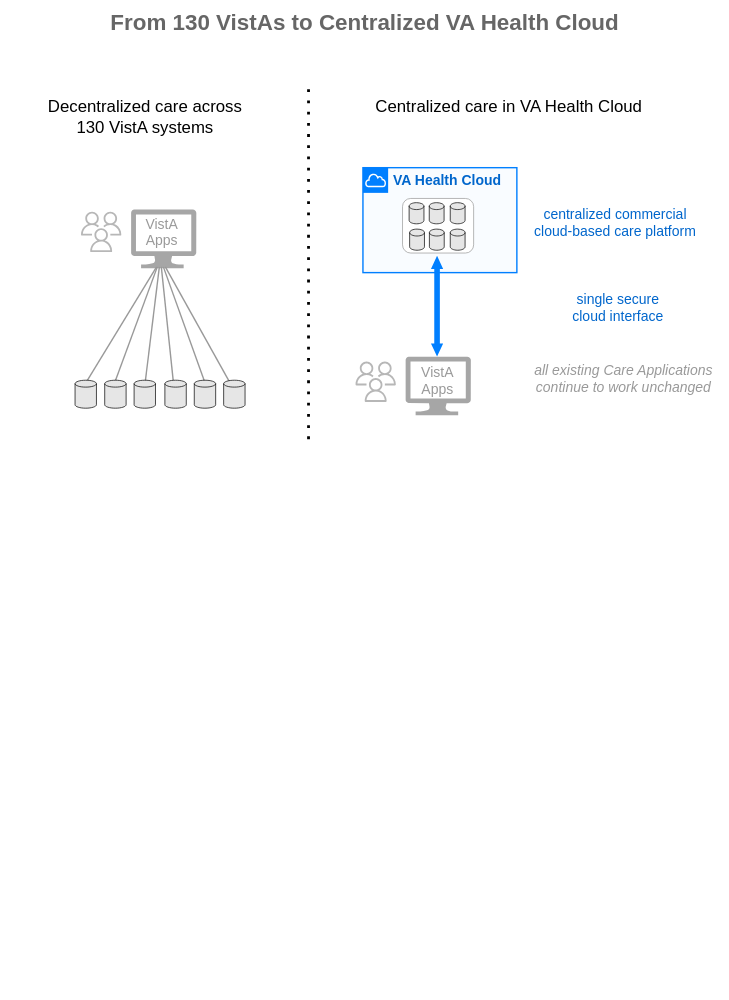
Before: img/vista-to-vaec-3.svg, a diagram exported from draw.io (cloudvista/vaa). Source tidied: cells renumbered, new cells last; positions are measured from the earlier drawing's top-left corner, leaving out a move shared by most shapes.
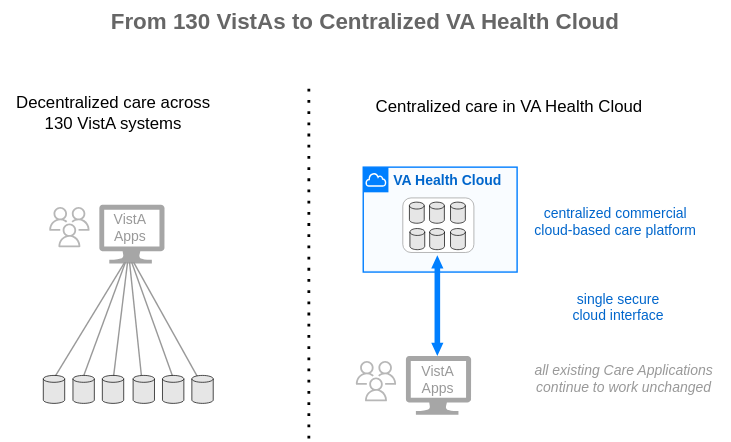
After the commit.

What changed in the source:
```diff
@@ -2,9 +2,6 @@
   <root>
     <mxCell id="0" />
     <mxCell id="1" parent="0" />
-    <mxCell id="2" style="rounded=0;whiteSpace=wrap;html=1;fontSize=10;strokeColor=none;strokeWidth=0.25;" parent="1" vertex="1">
-      <mxGeometry y="373" width="520" height="340" as="geometry" />
-    </mxCell>
     <mxCell id="3" style="endArrow=none;dashed=1;html=1;dashPattern=1 3;strokeWidth=2;" parent="1" edge="1">
       <mxGeometry relative="1" as="geometry">
         <mxPoint x="220" y="313" as="sourcePoint" />
@@ -27,7 +24,7 @@
       <mxGeometry x="287" y="251" width="50" height="40" as="geometry" />
     </mxCell>
     <mxCell id="9" value="Decentralized care across &lt;br&gt;130 VistA systems&lt;br&gt;" style="text;html=1;align=center;verticalAlign=middle;strokeColor=none;fillColor=none;" parent="1" vertex="1">
-      <mxGeometry x="23" y="63" width="160" height="40" as="geometry" />
+      <mxGeometry y="60" width="160" height="40" as="geometry" />
     </mxCell>
     <mxCell id="10" style="rounded=0;whiteSpace=wrap;html=1;strokeColor=#007FFF;strokeWidth=1;fontSize=10;fontColor=#999999;fillColor=none;gradientColor=none;" parent="1" vertex="1">
       <mxGeometry x="258.9" y="119" width="110" height="75" as="geometry" />
@@ -84,16 +81,16 @@
       <mxGeometry x="368.9" y="138" width="140" height="40" as="geometry" />
     </mxCell>
     <mxCell id="27" style="sketch=0;shadow=0;dashed=0;html=1;strokeColor=none;labelPosition=center;verticalLabelPosition=bottom;verticalAlign=top;align=center;fillColor=#808080;shape=mxgraph.azure.computer;strokeWidth=2;opacity=70;" parent="1" vertex="1">
-      <mxGeometry x="93.1" y="148.9" width="46.7" height="42" as="geometry" />
+      <mxGeometry x="70.2" y="145.9" width="46.7" height="42" as="geometry" />
     </mxCell>
     <mxCell id="28" style="sketch=0;fontColor=#232F3E;gradientColor=none;strokeColor=#999999;fillColor=#ffffff;dashed=0;verticalLabelPosition=bottom;verticalAlign=top;align=center;html=1;fontSize=12;fontStyle=0;shape=mxgraph.aws4.resourceIcon;resIcon=mxgraph.aws4.users;strokeWidth=2;opacity=70;" parent="1" vertex="1">
-      <mxGeometry x="53.8" y="146.9" width="36" height="36" as="geometry" />
+      <mxGeometry x="30.8" y="143.9" width="36" height="36" as="geometry" />
     </mxCell>
     <mxCell id="29" value="&lt;font color=&quot;#999999&quot;&gt;VistA&lt;br&gt;Apps&lt;/font&gt;" style="text;html=1;align=center;verticalAlign=middle;strokeColor=none;fillColor=none;fontSize=10;" parent="1" vertex="1">
-      <mxGeometry x="89.8" y="144.9" width="50" height="40" as="geometry" />
+      <mxGeometry x="66.8" y="141.9" width="50" height="40" as="geometry" />
     </mxCell>
     <mxCell id="30" style="group;" parent="1" vertex="1">
-      <mxGeometry x="39.8" y="137.9" width="142.2" height="156.1" as="geometry" />
+      <mxGeometry x="16.8" y="134.9" width="142.2" height="156.1" as="geometry" />
     </mxCell>
     <mxCell id="31" style="group;" parent="30" vertex="1">
       <mxGeometry x="18.5" y="52" width="122.3" height="104.1" as="geometry" />
@@ -135,22 +132,22 @@
       </mxGeometry>
     </mxCell>
     <mxCell id="38" style="shape=cylinder3;whiteSpace=wrap;html=1;boundedLbl=1;backgroundOutline=1;size=2.4705882352940876;strokeColor=#000000;strokeWidth=0.5;fillColor=#E6E6E6;gradientColor=none;" parent="1" vertex="1">
-      <mxGeometry x="74.3" y="270.9" width="15.3" height="20" as="geometry" />
+      <mxGeometry x="51.4" y="267.9" width="15.3" height="20" as="geometry" />
     </mxCell>
     <mxCell id="39" style="shape=cylinder3;whiteSpace=wrap;html=1;boundedLbl=1;backgroundOutline=1;size=2.4705882352940876;strokeColor=#000000;strokeWidth=0.5;fillColor=#E6E6E6;gradientColor=none;" parent="1" vertex="1">
-      <mxGeometry x="95.3" y="270.9" width="15.3" height="20" as="geometry" />
+      <mxGeometry x="72.4" y="267.9" width="15.3" height="20" as="geometry" />
     </mxCell>
     <mxCell id="40" style="shape=cylinder3;whiteSpace=wrap;html=1;boundedLbl=1;backgroundOutline=1;size=2.4705882352940876;strokeColor=#000000;strokeWidth=0.5;fillColor=#E6E6E6;gradientColor=none;" parent="1" vertex="1">
-      <mxGeometry x="53.1" y="270.9" width="15.3" height="20" as="geometry" />
+      <mxGeometry x="30.2" y="267.9" width="15.3" height="20" as="geometry" />
     </mxCell>
     <mxCell id="41" style="shape=cylinder3;whiteSpace=wrap;html=1;boundedLbl=1;backgroundOutline=1;size=2.4705882352940876;strokeColor=#000000;strokeWidth=0.5;fillColor=#E6E6E6;gradientColor=none;" parent="1" vertex="1">
-      <mxGeometry x="138.3" y="270.9" width="15.3" height="20" as="geometry" />
+      <mxGeometry x="115.3" y="267.9" width="15.3" height="20" as="geometry" />
     </mxCell>
     <mxCell id="42" style="shape=cylinder3;whiteSpace=wrap;html=1;boundedLbl=1;backgroundOutline=1;size=2.4705882352940876;strokeColor=#000000;strokeWidth=0.5;fillColor=#E6E6E6;gradientColor=none;" parent="1" vertex="1">
-      <mxGeometry x="159.3" y="270.9" width="15.3" height="20" as="geometry" />
+      <mxGeometry x="136.3" y="267.9" width="15.3" height="20" as="geometry" />
     </mxCell>
     <mxCell id="43" style="shape=cylinder3;whiteSpace=wrap;html=1;boundedLbl=1;backgroundOutline=1;size=2.4705882352940876;strokeColor=#000000;strokeWidth=0.5;fillColor=#E6E6E6;gradientColor=none;" parent="1" vertex="1">
-      <mxGeometry x="117.3" y="270.9" width="15.3" height="20" as="geometry" />
+      <mxGeometry x="94.3" y="267.9" width="15.3" height="20" as="geometry" />
     </mxCell>
     <mxCell id="44" value="all existing Care Applications&lt;br&gt;continue to work unchanged" style="text;html=1;align=center;verticalAlign=middle;strokeColor=none;fillColor=none;fontSize=10;fontStyle=2;fontColor=#999999;" parent="1" vertex="1">
       <mxGeometry x="370" y="250" width="150" height="40" as="geometry" />
```
